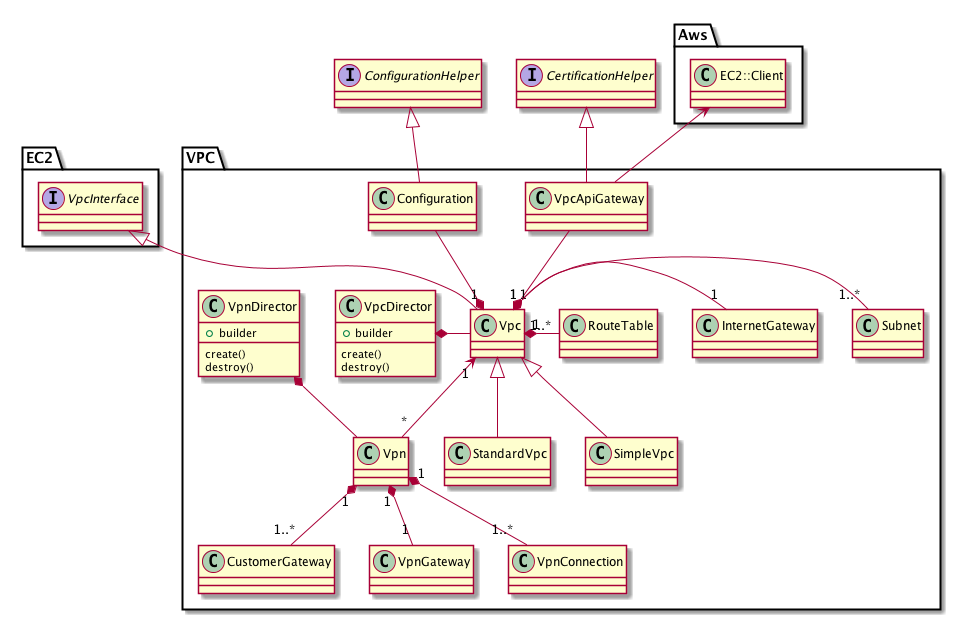
Earlier version of the PlantUML export docs/dev/vpc/images/core_model.png (k2works/etude_for_aws).
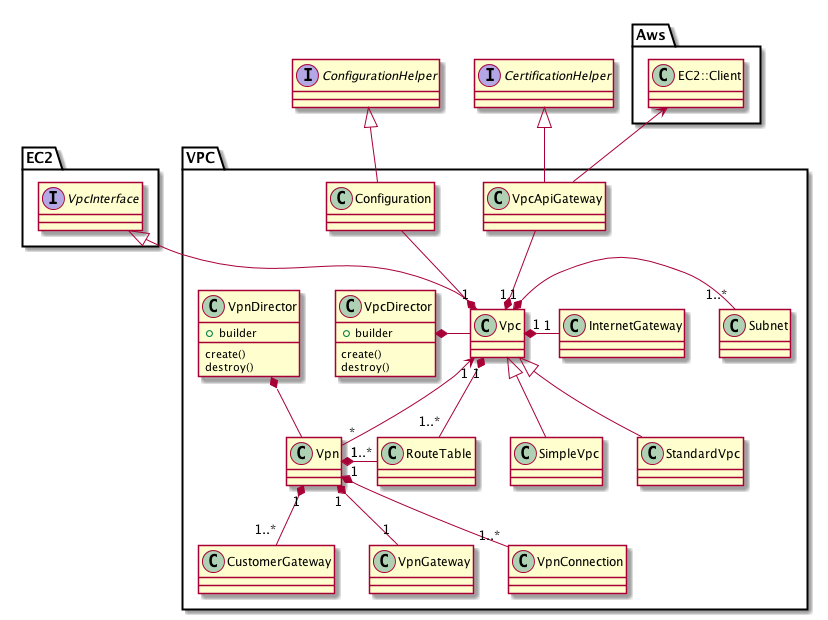
The same file after the commit.

Commit message:
ドキュメントの更新 #8

The edit, as a diff of the source:
```diff
@@ -32,7 +32,7 @@
   Vpc "1" *-u- VpcApiGateway
   Vpc "1" *-r- "1..*" Subnet
   Vpc "1" *-r- "1" InternetGateway
-  Vpc "1" *-r- "1..*" RouteTable
+  Vpc "1" *-d- "1..*" RouteTable
   Vpc <|-- SimpleVpc
   Vpc <|-- StandardVpc
   VpcDirector *-r- Vpc
@@ -40,6 +40,7 @@
   Vpn "1" *-- "1..*" CustomerGateway
   Vpn "1" *-- "1" VpnGateway
   Vpn "1" *-- "1..*" VpnConnection
+  Vpn "1" *-r- "1..*" RouteTable
   Vpn "*" -u-> "1" Vpc
 
 
```
